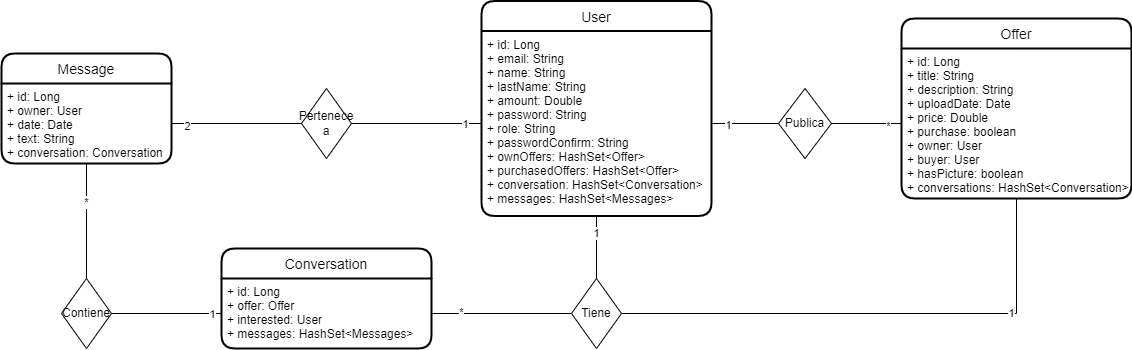
Omitg24/SDI2223-entrega1-32 keeps this draw.io diagram as docs/DomainModel.png. Above is the earlier version. Source tidied: cells renumbered, new cells last; positions are measured from the earlier drawing's top-left corner, leaving out a move shared by most shapes.
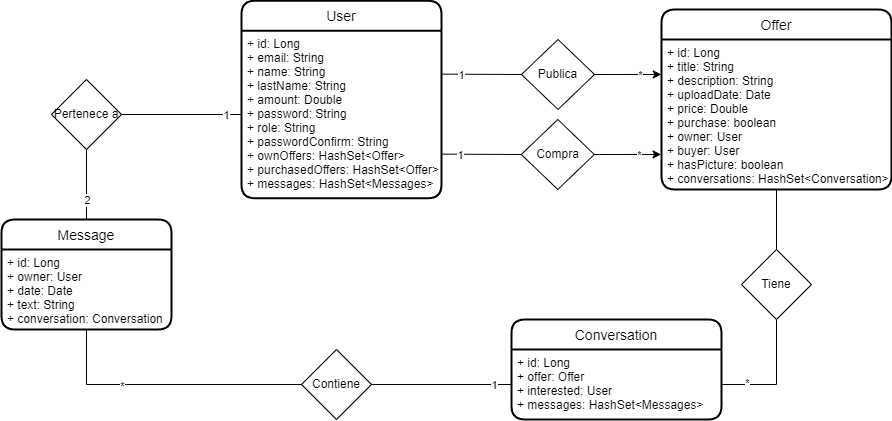
Above is the later version.

Diff of the diagram source:
```diff
@@ -3,10 +3,10 @@
     <mxCell id="0" />
     <mxCell id="1" parent="0" />
     <mxCell id="2" value="User" style="swimlane;horizontal=1;startSize=30;rounded=1;fontSize=14;fontStyle=0;strokeWidth=2;shadow=0;dashed=0;align=center;" parent="1" vertex="1">
-      <mxGeometry x="480" y="0.5" width="230" height="215" as="geometry" />
+      <mxGeometry x="480" y="9.2" width="200" height="197.5" as="geometry" />
     </mxCell>
-    <mxCell id="3" value="+ id: Long&#10;+ email: String&#10;+ name: String&#10;+ lastName: String&#10;+ amount: Double&#10;+ password: String&#10;+ role: String&#10;+ passwordConfirm: String&#10;+ ownOffers: HashSet&lt;Offer&gt;&#10;+ purchasedOffers: HashSet&lt;Offer&gt;&#10;+ conversation: HashSet&lt;Conversation&gt;&#10;+ messages: HashSet&lt;Messages&gt;" style="align=left;strokeColor=none;fillColor=none;spacingLeft=4;fontSize=12;verticalAlign=top;" parent="2" vertex="1">
-      <mxGeometry y="30" width="230" height="185" as="geometry" />
+    <mxCell id="3" value="+ id: Long&#10;+ email: String&#10;+ name: String&#10;+ lastName: String&#10;+ amount: Double&#10;+ password: String&#10;+ role: String&#10;+ passwordConfirm: String&#10;+ ownOffers: HashSet&lt;Offer&gt;&#10;+ purchasedOffers: HashSet&lt;Offer&gt;&#10;+ messages: HashSet&lt;Messages&gt;" style="align=left;strokeColor=none;fillColor=none;spacingLeft=4;fontSize=12;verticalAlign=top;" parent="2" vertex="1">
+      <mxGeometry y="30" width="200" height="167.5" as="geometry" />
     </mxCell>
     <mxCell id="4" value="Offer" style="swimlane;horizontal=1;startSize=30;rounded=1;fontSize=14;fontStyle=0;strokeWidth=2;shadow=0;dashed=0;align=center;" parent="1" vertex="1">
       <mxGeometry x="900" y="18" width="230" height="180" as="geometry" />
@@ -15,63 +15,41 @@
       <mxGeometry y="30" width="230" height="150" as="geometry" />
     </mxCell>
     <mxCell id="6" value="Conversation" style="swimlane;horizontal=1;startSize=30;rounded=1;fontSize=14;fontStyle=0;strokeWidth=2;shadow=0;dashed=0;align=center;" parent="1" vertex="1">
-      <mxGeometry x="220" y="248" width="210" height="100" as="geometry" />
+      <mxGeometry x="750" y="328" width="210" height="100" as="geometry" />
     </mxCell>
     <mxCell id="7" value="+ id: Long&#10;+ offer: Offer&#10;+ interested: User&#10;+ messages: HashSet&lt;Messages&gt;" style="align=left;strokeColor=none;fillColor=none;spacingLeft=4;fontSize=12;verticalAlign=top;" parent="6" vertex="1">
       <mxGeometry y="30" width="210" height="70" as="geometry" />
     </mxCell>
     <mxCell id="8" value="Message" style="swimlane;horizontal=1;startSize=30;rounded=1;fontSize=14;fontStyle=0;strokeWidth=2;shadow=0;dashed=0;align=center;" parent="1" vertex="1">
-      <mxGeometry y="53" width="170" height="110" as="geometry" />
+      <mxGeometry x="240" y="228" width="170" height="110" as="geometry" />
     </mxCell>
     <mxCell id="9" value="+ id: Long&#10;+ owner: User&#10;+ date: Date&#10;+ text: String&#10;+ conversation: Conversation" style="align=left;strokeColor=none;fillColor=none;spacingLeft=4;fontSize=12;verticalAlign=top;" parent="8" vertex="1">
       <mxGeometry y="30" width="170" height="80" as="geometry" />
     </mxCell>
     <mxCell id="10" value="Publica" style="rhombus;whiteSpace=wrap;html=1;" parent="1" vertex="1">
-      <mxGeometry x="777" y="88" width="53" height="70" as="geometry" />
+      <mxGeometry x="760" y="48" width="73" height="70" as="geometry" />
     </mxCell>
-    <mxCell id="11" style="endArrow=none;html=1;rounded=0;entryX=0;entryY=0.5;entryDx=0;entryDy=0;exitX=1;exitY=0.5;exitDx=0;exitDy=0;" parent="1" edge="1" source="3" target="10">
+    <mxCell id="11" style="endArrow=none;html=1;rounded=0;entryX=0;entryY=0.5;entryDx=0;entryDy=0;exitX=1.001;exitY=0.259;exitDx=0;exitDy=0;exitPerimeter=0;" parent="1" edge="1" source="3" target="10">
       <mxGeometry relative="1" as="geometry" />
     </mxCell>
     <mxCell id="12" value="1" style="edgeLabel;html=1;align=center;verticalAlign=middle;" parent="11" vertex="1">
       <mxGeometry x="-0.53" y="-1" relative="1" as="geometry" />
     </mxCell>
-    <mxCell id="13" style="endArrow=none;html=1;rounded=0;entryX=0;entryY=0.5;entryDx=0;entryDy=0;exitX=1;exitY=0.5;exitDx=0;exitDy=0;" parent="1" edge="1" source="10" target="5">
-      <mxGeometry relative="1" as="geometry" />
-    </mxCell>
-    <mxCell id="14" value="*" style="edgeLabel;html=1;align=center;verticalAlign=middle;" parent="13" vertex="1">
-      <mxGeometry x="0.59" y="-2" relative="1" as="geometry" />
-    </mxCell>
-    <mxCell id="15" style="endArrow=none;html=1;rounded=0;entryX=0.5;entryY=0;entryDx=0;entryDy=0;exitX=0.5;exitY=1;exitDx=0;exitDy=0;" parent="1" edge="1" source="3">
-      <mxGeometry relative="1" as="geometry">
-        <mxPoint x="595" y="288" as="targetPoint" />
-      </mxGeometry>
-    </mxCell>
-    <mxCell id="16" value="1" style="edgeLabel;html=1;align=center;verticalAlign=middle;" parent="15" vertex="1">
-      <mxGeometry x="-0.53" y="-1" relative="1" as="geometry" />
-    </mxCell>
-    <mxCell id="17" style="endArrow=none;html=1;rounded=0;entryX=1;entryY=0.5;entryDx=0;entryDy=0;exitX=0;exitY=0.5;exitDx=0;exitDy=0;" parent="1" edge="1" target="7">
+    <mxCell id="17" style="endArrow=none;html=1;rounded=0;entryX=1;entryY=0.5;entryDx=0;entryDy=0;exitX=0.5;exitY=1;exitDx=0;exitDy=0;" parent="1" edge="1" source="21" target="7">
       <mxGeometry relative="1" as="geometry">
-        <mxPoint x="570" y="313" as="sourcePoint" />
+        <Array as="points">
+          <mxPoint x="1015" y="393" />
+        </Array>
       </mxGeometry>
     </mxCell>
     <mxCell id="18" value="*" style="edgeLabel;html=1;align=center;verticalAlign=middle;" parent="17" vertex="1">
       <mxGeometry x="0.59" y="-2" relative="1" as="geometry" />
     </mxCell>
-    <mxCell id="19" style="endArrow=none;html=1;rounded=0;entryX=1;entryY=0.5;entryDx=0;entryDy=0;exitX=0.5;exitY=1;exitDx=0;exitDy=0;" parent="1" edge="1" source="5" target="21">
-      <mxGeometry relative="1" as="geometry">
-        <Array as="points">
-          <mxPoint x="1015" y="313" />
-        </Array>
-      </mxGeometry>
-    </mxCell>
-    <mxCell id="20" value="1" style="edgeLabel;html=1;align=center;verticalAlign=middle;" parent="19" vertex="1">
-      <mxGeometry x="-0.53" y="-1" relative="1" as="geometry" />
-    </mxCell>
     <mxCell id="21" value="Tiene" style="rhombus;whiteSpace=wrap;html=1;" parent="1" vertex="1">
-      <mxGeometry x="570" y="278" width="50" height="70" as="geometry" />
+      <mxGeometry x="980" y="258" width="70" height="70" as="geometry" />
     </mxCell>
     <mxCell id="22" value="Contiene" style="rhombus;whiteSpace=wrap;html=1;" parent="1" vertex="1">
-      <mxGeometry x="60" y="278" width="50" height="70" as="geometry" />
+      <mxGeometry x="540" y="358" width="70" height="70" as="geometry" />
     </mxCell>
     <mxCell id="23" style="endArrow=none;html=1;rounded=0;exitX=0;exitY=0.5;exitDx=0;exitDy=0;entryX=1;entryY=0.5;entryDx=0;entryDy=0;" parent="1" edge="1" source="7" target="22">
       <mxGeometry relative="1" as="geometry" />
@@ -81,20 +59,26 @@
         <mxPoint x="21" y="-1" as="offset" />
       </mxGeometry>
     </mxCell>
-    <mxCell id="25" style="endArrow=none;html=1;rounded=0;exitX=0.5;exitY=0;exitDx=0;exitDy=0;entryX=0.5;entryY=1;entryDx=0;entryDy=0;" parent="1" edge="1" source="22" target="8">
-      <mxGeometry relative="1" as="geometry" />
+    <mxCell id="25" style="endArrow=none;html=1;rounded=0;exitX=0;exitY=0.5;exitDx=0;exitDy=0;entryX=0.5;entryY=1;entryDx=0;entryDy=0;" parent="1" edge="1" source="22" target="8">
+      <mxGeometry relative="1" as="geometry">
+        <Array as="points">
+          <mxPoint x="325" y="393" />
+        </Array>
+      </mxGeometry>
     </mxCell>
     <mxCell id="26" value="*" style="edgeLabel;html=1;align=center;verticalAlign=middle;" parent="25" vertex="1">
       <mxGeometry x="0.34" y="1" relative="1" as="geometry" />
     </mxCell>
     <mxCell id="27" value="Pertenece a" style="rhombus;whiteSpace=wrap;html=1;" parent="1" vertex="1">
-      <mxGeometry x="300" y="88" width="50" height="70" as="geometry" />
+      <mxGeometry x="290" y="88" width="70" height="70" as="geometry" />
     </mxCell>
-    <mxCell id="28" style="endArrow=none;html=1;rounded=0;exitX=1;exitY=0.5;exitDx=0;exitDy=0;entryX=0;entryY=0.5;entryDx=0;entryDy=0;" parent="1" edge="1" source="9" target="27">
+    <mxCell id="28" style="endArrow=none;html=1;rounded=0;exitX=0.5;exitY=0;exitDx=0;exitDy=0;entryX=0.5;entryY=1;entryDx=0;entryDy=0;" parent="1" edge="1" source="8" target="27">
       <mxGeometry relative="1" as="geometry" />
     </mxCell>
     <mxCell id="29" value="2" style="edgeLabel;html=1;align=center;verticalAlign=middle;" parent="28" vertex="1">
-      <mxGeometry x="-0.77" y="-2" relative="1" as="geometry" />
+      <mxGeometry x="-0.77" y="-2" relative="1" as="geometry">
+        <mxPoint x="-2" y="-12" as="offset" />
+      </mxGeometry>
     </mxCell>
     <mxCell id="30" style="endArrow=none;html=1;rounded=0;entryX=1;entryY=0.5;entryDx=0;entryDy=0;exitX=0;exitY=0.5;exitDx=0;exitDy=0;" parent="1" edge="1" source="3" target="27">
       <mxGeometry relative="1" as="geometry" />
@@ -102,5 +86,33 @@
     <mxCell id="31" value="1" style="edgeLabel;html=1;align=center;verticalAlign=middle;" parent="30" vertex="1">
       <mxGeometry x="-0.73" relative="1" as="geometry" />
     </mxCell>
+    <mxCell id="19" style="endArrow=none;html=1;rounded=0;entryX=0.5;entryY=0;entryDx=0;entryDy=0;exitX=0.5;exitY=1;exitDx=0;exitDy=0;" parent="1" edge="1" source="5" target="21">
+      <mxGeometry relative="1" as="geometry" />
+    </mxCell>
+    <mxCell id="13" style="endArrow=classic;html=1;rounded=0;entryX=-0.001;entryY=0.233;entryDx=0;entryDy=0;exitX=1;exitY=0.5;exitDx=0;exitDy=0;entryPerimeter=0;" parent="1" edge="1" source="10" target="5">
+      <mxGeometry relative="1" as="geometry" />
+    </mxCell>
+    <mxCell id="32" value="*" style="edgeLabel;html=1;align=center;verticalAlign=middle;" parent="13" vertex="1">
+      <mxGeometry x="0.35" y="-1" relative="1" as="geometry" />
+    </mxCell>
+    <mxCell id="33" value="Compra" style="rhombus;whiteSpace=wrap;html=1;" parent="1" vertex="1">
+      <mxGeometry x="759.8" y="128" width="73" height="70" as="geometry" />
+    </mxCell>
+    <mxCell id="34" style="endArrow=none;html=1;rounded=0;entryX=0;entryY=0.5;entryDx=0;entryDy=0;exitX=1.001;exitY=0.259;exitDx=0;exitDy=0;exitPerimeter=0;" parent="1" edge="1" target="33">
+      <mxGeometry relative="1" as="geometry">
+        <mxPoint x="680" y="162.6" as="sourcePoint" />
+      </mxGeometry>
+    </mxCell>
+    <mxCell id="35" value="1" style="edgeLabel;html=1;align=center;verticalAlign=middle;" parent="34" vertex="1">
+      <mxGeometry x="-0.53" y="-1" relative="1" as="geometry" />
+    </mxCell>
+    <mxCell id="36" style="endArrow=classic;html=1;rounded=0;entryX=-0.001;entryY=0.233;entryDx=0;entryDy=0;exitX=1;exitY=0.5;exitDx=0;exitDy=0;entryPerimeter=0;" parent="1" edge="1" source="33">
+      <mxGeometry relative="1" as="geometry">
+        <mxPoint x="899.6" y="163" as="targetPoint" />
+      </mxGeometry>
+    </mxCell>
+    <mxCell id="37" value="*" style="edgeLabel;html=1;align=center;verticalAlign=middle;" parent="36" vertex="1">
+      <mxGeometry x="0.35" y="-1" relative="1" as="geometry" />
+    </mxCell>
   </root>
 </mxGraphModel>
```
